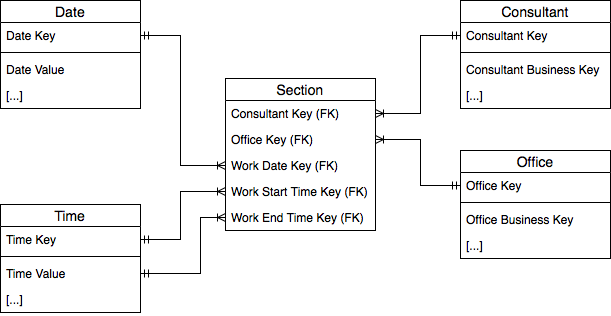
Earlier version of the draw.io export Models/logical_calendar.png (SzymonBocian/PracaInzynierska). Source tidied: cells renumbered, new cells last; positions are measured from the earlier drawing's top-left corner, leaving out a move shared by most shapes. Source of this version:
```xml
<mxGraphModel>
  <root>
    <mxCell id="0" />
    <mxCell id="1" parent="0" />
    <mxCell id="2" value="Section" style="swimlane;fontStyle=0;horizontal=1;startSize=22;fillColor=none;swimlaneFillColor=#ffffff;align=center;fontSize=14;strokeColor=#000000;" parent="1" vertex="1">
      <mxGeometry x="225" y="78" width="150" height="152" as="geometry" />
    </mxCell>
    <mxCell id="3" value="Consultant Key (FK)" style="text;strokeColor=none;fillColor=none;spacingLeft=4;spacingRight=4;overflow=hidden;points=[[0,0.5],[1,0.5]];portConstraint=eastwest;fontSize=12;" parent="2" vertex="1">
      <mxGeometry y="22" width="150" height="26" as="geometry" />
    </mxCell>
    <mxCell id="4" value="Office Key (FK)" style="text;strokeColor=none;fillColor=none;spacingLeft=4;spacingRight=4;overflow=hidden;points=[[0,0.5],[1,0.5]];portConstraint=eastwest;fontSize=12;" parent="2" vertex="1">
      <mxGeometry y="48" width="150" height="26" as="geometry" />
    </mxCell>
    <mxCell id="5" value="Work Date Key (FK)" style="text;strokeColor=none;fillColor=none;spacingLeft=4;spacingRight=4;overflow=hidden;points=[[0,0.5],[1,0.5]];portConstraint=eastwest;fontSize=12;" parent="2" vertex="1">
      <mxGeometry y="74" width="150" height="26" as="geometry" />
    </mxCell>
    <mxCell id="6" value="Work Start Time Key (FK)" style="text;strokeColor=none;fillColor=none;spacingLeft=4;spacingRight=4;overflow=hidden;points=[[0,0.5],[1,0.5]];portConstraint=eastwest;fontSize=12;" parent="2" vertex="1">
      <mxGeometry y="100" width="150" height="26" as="geometry" />
    </mxCell>
    <mxCell id="7" value="Work End Time Key (FK)" style="text;strokeColor=none;fillColor=none;spacingLeft=4;spacingRight=4;overflow=hidden;points=[[0,0.5],[1,0.5]];portConstraint=eastwest;fontSize=12;" parent="2" vertex="1">
      <mxGeometry y="126" width="150" height="26" as="geometry" />
    </mxCell>
    <mxCell id="8" value="Consultant" style="swimlane;fontStyle=0;horizontal=1;startSize=22;fillColor=none;swimlaneFillColor=#ffffff;align=center;fontSize=14;strokeColor=#000000;" parent="1" vertex="1">
      <mxGeometry x="460" width="150" height="108" as="geometry" />
    </mxCell>
    <mxCell id="9" value="Consultant Key" style="text;strokeColor=none;fillColor=none;spacingLeft=4;spacingRight=4;overflow=hidden;points=[[0,0.5],[1,0.5]];portConstraint=eastwest;fontSize=12;" parent="8" vertex="1">
      <mxGeometry y="22" width="150" height="26" as="geometry" />
    </mxCell>
    <mxCell id="10" style="line;strokeWidth=1;fillColor=none;align=left;verticalAlign=middle;spacingTop=-1;spacingLeft=3;spacingRight=3;labelPosition=right;fontSize=12;" parent="8" vertex="1">
      <mxGeometry y="48" width="150" height="8" as="geometry" />
    </mxCell>
    <mxCell id="11" value="Consultant Business Key" style="text;strokeColor=none;fillColor=none;spacingLeft=4;spacingRight=4;overflow=hidden;fontSize=12;" parent="8" vertex="1">
      <mxGeometry y="56" width="150" height="26" as="geometry" />
    </mxCell>
    <mxCell id="12" value="[...]" style="text;strokeColor=none;fillColor=none;spacingLeft=4;spacingRight=4;overflow=hidden;fontSize=12;" parent="8" vertex="1">
      <mxGeometry y="82" width="150" height="26" as="geometry" />
    </mxCell>
    <mxCell id="13" value="Office" style="swimlane;fontStyle=0;horizontal=1;startSize=22;fillColor=none;swimlaneFillColor=#ffffff;align=center;fontSize=14;strokeColor=#000000;" parent="1" vertex="1">
      <mxGeometry x="460" y="150" width="150" height="108" as="geometry" />
    </mxCell>
    <mxCell id="14" value="Office Key" style="text;strokeColor=none;fillColor=none;spacingLeft=4;spacingRight=4;overflow=hidden;points=[[0,0.5],[1,0.5]];portConstraint=eastwest;fontSize=12;" parent="13" vertex="1">
      <mxGeometry y="22" width="150" height="26" as="geometry" />
    </mxCell>
    <mxCell id="15" style="line;strokeWidth=1;fillColor=none;align=left;verticalAlign=middle;spacingTop=-1;spacingLeft=3;spacingRight=3;labelPosition=right;fontSize=12;" parent="13" vertex="1">
      <mxGeometry y="48" width="150" height="8" as="geometry" />
    </mxCell>
    <mxCell id="16" value="Office Business Key" style="text;strokeColor=none;fillColor=none;spacingLeft=4;spacingRight=4;overflow=hidden;fontSize=12;" parent="13" vertex="1">
      <mxGeometry y="56" width="150" height="26" as="geometry" />
    </mxCell>
    <mxCell id="17" value="[...]" style="text;strokeColor=none;fillColor=none;spacingLeft=4;spacingRight=4;overflow=hidden;fontSize=12;" parent="13" vertex="1">
      <mxGeometry y="82" width="150" height="26" as="geometry" />
    </mxCell>
    <mxCell id="18" value="Date" style="swimlane;fontStyle=0;horizontal=1;startSize=22;fillColor=none;swimlaneFillColor=#ffffff;align=center;fontSize=14;strokeColor=#000000;" parent="1" vertex="1">
      <mxGeometry width="140" height="108" as="geometry" />
    </mxCell>
    <mxCell id="19" value="Date Key" style="text;strokeColor=none;fillColor=none;spacingLeft=4;spacingRight=4;overflow=hidden;points=[[0,0.5],[1,0.5]];portConstraint=eastwest;fontSize=12;" parent="18" vertex="1">
      <mxGeometry y="22" width="140" height="26" as="geometry" />
    </mxCell>
    <mxCell id="20" style="line;strokeWidth=1;fillColor=none;align=left;verticalAlign=middle;spacingTop=-1;spacingLeft=3;spacingRight=3;labelPosition=right;fontSize=12;" parent="18" vertex="1">
      <mxGeometry y="48" width="140" height="8" as="geometry" />
    </mxCell>
    <mxCell id="21" value="Date Value" style="text;strokeColor=none;fillColor=none;spacingLeft=4;spacingRight=4;overflow=hidden;fontSize=12;" parent="18" vertex="1">
      <mxGeometry y="56" width="140" height="26" as="geometry" />
    </mxCell>
    <mxCell id="22" value="[...]" style="text;strokeColor=none;fillColor=none;spacingLeft=4;spacingRight=4;overflow=hidden;fontSize=12;" parent="18" vertex="1">
      <mxGeometry y="82" width="140" height="26" as="geometry" />
    </mxCell>
    <mxCell id="23" value="Time" style="swimlane;fontStyle=0;horizontal=1;startSize=22;fillColor=none;swimlaneFillColor=#ffffff;align=center;fontSize=14;strokeColor=#000000;" parent="1" vertex="1">
      <mxGeometry y="204" width="140" height="108" as="geometry" />
    </mxCell>
    <mxCell id="24" value="Time Key" style="text;strokeColor=none;fillColor=none;spacingLeft=4;spacingRight=4;overflow=hidden;points=[[0,0.5],[1,0.5]];portConstraint=eastwest;fontSize=12;" parent="23" vertex="1">
      <mxGeometry y="22" width="140" height="26" as="geometry" />
    </mxCell>
    <mxCell id="25" style="line;strokeWidth=1;fillColor=none;align=left;verticalAlign=middle;spacingTop=-1;spacingLeft=3;spacingRight=3;labelPosition=right;fontSize=12;" parent="23" vertex="1">
      <mxGeometry y="48" width="140" height="8" as="geometry" />
    </mxCell>
    <mxCell id="26" value="Time Value" style="text;strokeColor=none;fillColor=none;spacingLeft=4;spacingRight=4;overflow=hidden;points=[[0,0.5],[1,0.5]];portConstraint=eastwest;fontSize=12;" parent="23" vertex="1">
      <mxGeometry y="56" width="140" height="26" as="geometry" />
    </mxCell>
    <mxCell id="27" value="[...]" style="text;strokeColor=none;fillColor=none;spacingLeft=4;spacingRight=4;overflow=hidden;fontSize=12;" parent="23" vertex="1">
      <mxGeometry y="82" width="140" height="26" as="geometry" />
    </mxCell>
    <mxCell id="28" style="edgeStyle=orthogonalEdgeStyle;fontSize=12;html=1;endArrow=ERoneToMany;startArrow=ERmandOne;exitX=0;exitY=0.5;exitDx=0;exitDy=0;entryX=1;entryY=0.5;entryDx=0;entryDy=0;rounded=0;" parent="1" edge="1" source="9" target="3">
      <mxGeometry relative="1" as="geometry">
        <Array as="points">
          <mxPoint x="420" y="35" />
          <mxPoint x="420" y="113" />
        </Array>
      </mxGeometry>
    </mxCell>
    <mxCell id="29" style="edgeStyle=orthogonalEdgeStyle;fontSize=12;html=1;endArrow=ERoneToMany;startArrow=ERmandOne;exitX=0;exitY=0.5;exitDx=0;exitDy=0;entryX=1;entryY=0.5;entryDx=0;entryDy=0;rounded=0;" parent="1" edge="1" source="14" target="4">
      <mxGeometry relative="1" as="geometry">
        <Array as="points">
          <mxPoint x="420" y="185" />
          <mxPoint x="420" y="139" />
        </Array>
      </mxGeometry>
    </mxCell>
    <mxCell id="30" style="edgeStyle=orthogonalEdgeStyle;fontSize=12;html=1;endArrow=ERoneToMany;startArrow=ERmandOne;exitX=1;exitY=0.5;exitDx=0;exitDy=0;entryX=0;entryY=0.5;entryDx=0;entryDy=0;rounded=0;" parent="1" edge="1" source="19" target="5">
      <mxGeometry relative="1" as="geometry">
        <Array as="points">
          <mxPoint x="180" y="35" />
          <mxPoint x="180" y="165" />
        </Array>
      </mxGeometry>
    </mxCell>
    <mxCell id="31" style="edgeStyle=orthogonalEdgeStyle;fontSize=12;html=1;endArrow=ERoneToMany;startArrow=ERmandOne;exitX=1;exitY=0.5;exitDx=0;exitDy=0;entryX=0;entryY=0.5;entryDx=0;entryDy=0;rounded=0;" parent="1" edge="1" source="24" target="6">
      <mxGeometry relative="1" as="geometry">
        <Array as="points">
          <mxPoint x="180" y="239" />
          <mxPoint x="180" y="191" />
        </Array>
      </mxGeometry>
    </mxCell>
    <mxCell id="32" style="edgeStyle=orthogonalEdgeStyle;fontSize=12;html=1;endArrow=ERoneToMany;startArrow=ERmandOne;exitX=1;exitY=0.5;exitDx=0;exitDy=0;entryX=0;entryY=0.5;entryDx=0;entryDy=0;rounded=0;" parent="1" edge="1" source="26" target="7">
      <mxGeometry relative="1" as="geometry">
        <Array as="points">
          <mxPoint x="200" y="273" />
          <mxPoint x="200" y="217" />
        </Array>
      </mxGeometry>
    </mxCell>
  </root>
</mxGraphModel>
```
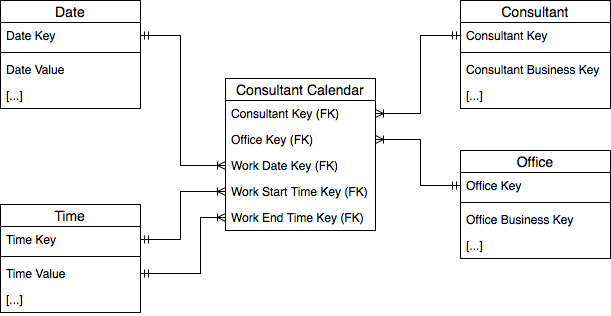
After the change.

Diff of the diagram source:
```diff
@@ -2,7 +2,7 @@
   <root>
     <mxCell id="0" />
     <mxCell id="1" parent="0" />
-    <mxCell id="2" value="Section" style="swimlane;fontStyle=0;horizontal=1;startSize=22;fillColor=none;swimlaneFillColor=#ffffff;align=center;fontSize=14;strokeColor=#000000;" parent="1" vertex="1">
+    <mxCell id="2" value="Consultant Calendar" style="swimlane;fontStyle=0;horizontal=1;startSize=22;fillColor=none;swimlaneFillColor=#ffffff;align=center;fontSize=14;strokeColor=#000000;" parent="1" vertex="1">
       <mxGeometry x="225" y="78" width="150" height="152" as="geometry" />
     </mxCell>
     <mxCell id="3" value="Consultant Key (FK)" style="text;strokeColor=none;fillColor=none;spacingLeft=4;spacingRight=4;overflow=hidden;points=[[0,0.5],[1,0.5]];portConstraint=eastwest;fontSize=12;" parent="2" vertex="1">
```
